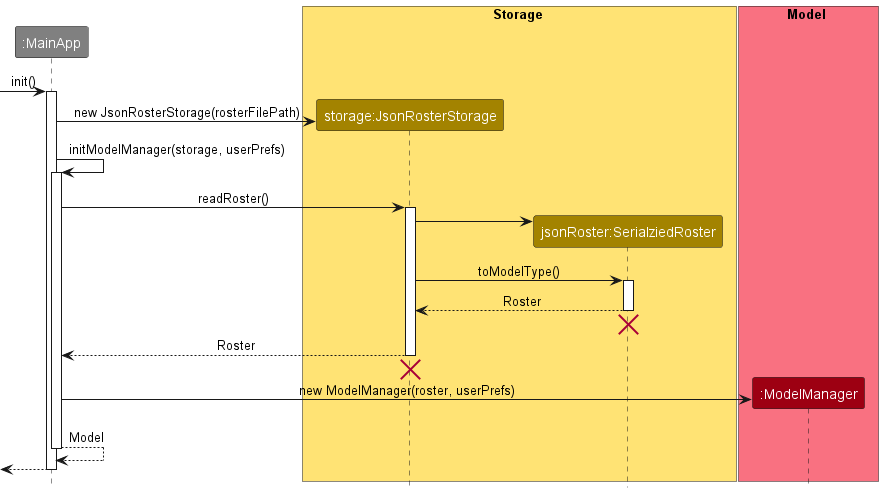
The PlantUML diagram docs/images/LoadingStorageSequenceDiagram.png in nus-cs2103-AY2223S2/tp, before a commit. The source it was exported from:
```plantuml
@startuml
!include <office/Concepts/globe_internet>
!include <office/Concepts/documents>
!include <office/Users/user>
!include style.puml

participant ":MainApp" as MainApp #grey

box Storage STORAGE_COLOR_T1
participant "storage:JsonRosterStorage" as JsonRosterStorage STORAGE_COLOR
participant "jsonRoster:SerialziedRoster" as SerializedRoster STORAGE_COLOR
end box

box Model MODEL_COLOR_T1
participant ":ModelManager" as ModelManager MODEL_COLOR
end box

[-> MainApp : init()
activate MainApp
create JsonRosterStorage


MainApp -> JsonRosterStorage : new JsonRosterStorage(rosterFilePath)
MainApp -> MainApp : initModelManager(storage, userPrefs)
activate MainApp

MainApp -> JsonRosterStorage : readRoster()
activate JsonRosterStorage
create SerializedRoster
JsonRosterStorage -> SerializedRoster

JsonRosterStorage -> SerializedRoster : toModelType()
activate SerializedRoster
SerializedRoster --> JsonRosterStorage : Roster
deactivate SerializedRoster

SerializedRoster -[hidden]-> JsonRosterStorage
destroy SerializedRoster

JsonRosterStorage --> MainApp : Roster
deactivate JsonRosterStorage

JsonRosterStorage -[hidden]-> MainApp
destroy JsonRosterStorage

create ModelManager
MainApp -> ModelManager : new ModelManager(roster, userPrefs)
MainApp --> MainApp : Model
deactivate MainApp
[<-- MainApp
deactivate MainApp

@enduml
```
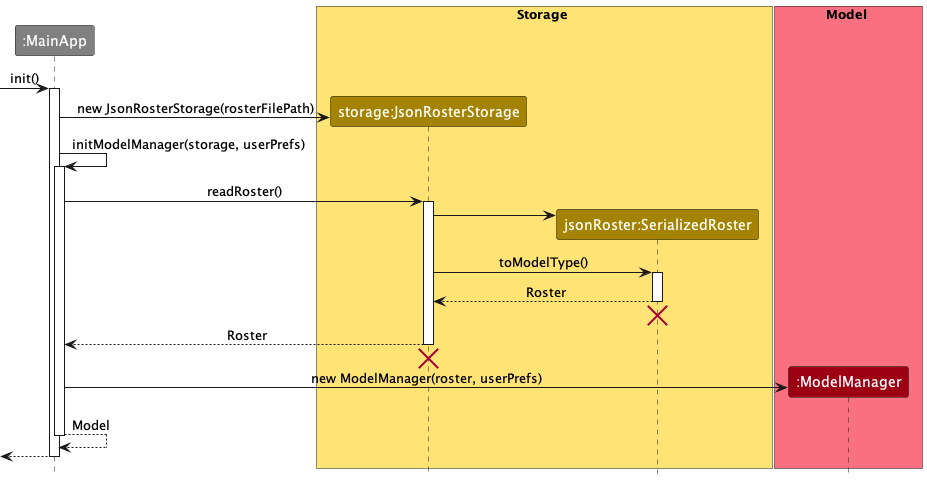
After the commit.

Commit message:
Fix diagram bugs

Diff of the diagram source:
```diff
@@ -8,7 +8,7 @@
 
 box Storage STORAGE_COLOR_T1
 participant "storage:JsonRosterStorage" as JsonRosterStorage STORAGE_COLOR
-participant "jsonRoster:SerialziedRoster" as SerializedRoster STORAGE_COLOR
+participant "jsonRoster:SerializedRoster" as SerializedRoster STORAGE_COLOR
 end box
 
 box Model MODEL_COLOR_T1
```
